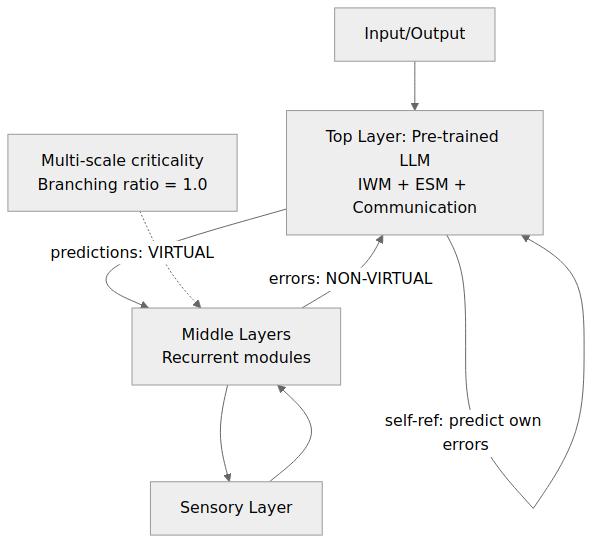
This is docs/engineering/designs/pdf/png/design-10-simple.png from JeltzProstetnic/aIware, a Mermaid export, as it was before one commit. Its source is kept beside it as docs/engineering/designs/pdf/mmd/design-10-simple.mmd.
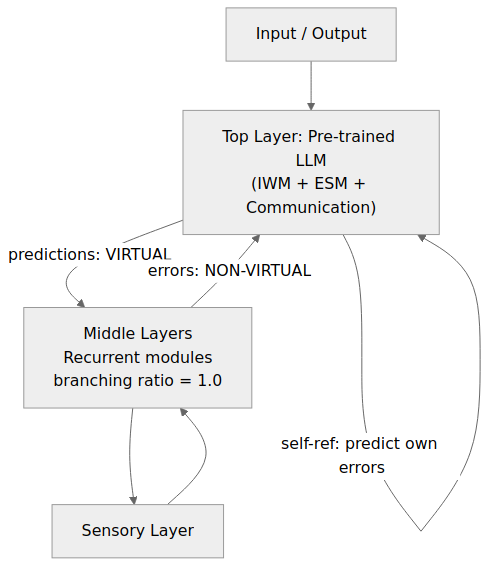
After the commit.

The edit, as a diff of the source:
```diff
@@ -1,8 +1,7 @@
 graph TD
-    IO[Input/Output] --> TOP[Top Layer: Pre-trained LLM<br/>IWM + ESM + Communication]
-    TOP -->|predictions: VIRTUAL| MID[Middle Layers<br/>Recurrent modules]
+    IO[Input / Output] --> TOP["Top Layer: Pre-trained LLM<br/>(IWM + ESM + Communication)"]
+    TOP -->|predictions: VIRTUAL| MID["Middle Layers<br/>Recurrent modules<br/>branching ratio = 1.0"]
     MID -->|errors: NON-VIRTUAL| TOP
-    MID --> L0[Sensory Layer]
+    MID --> L0["Sensory Layer"]
     L0 --> MID
-    CRIT[Multi-scale criticality<br/>Branching ratio = 1.0] -.-> MID
     TOP -->|self-ref: predict own errors| TOP
```
